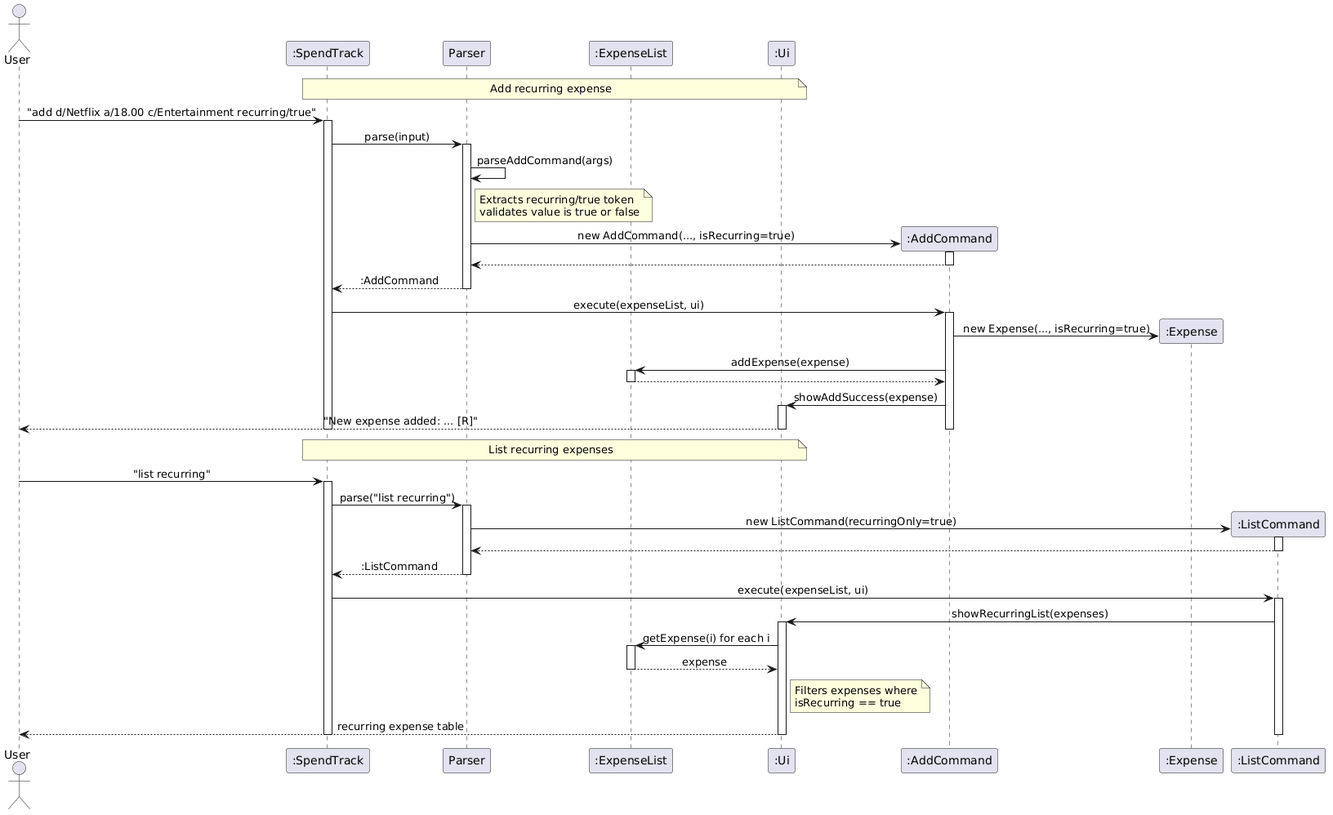
AbhijitBalajee/tp keeps this PlantUML diagram as docs/images/RecurringExpenseSequence.png. Above is the earlier version.
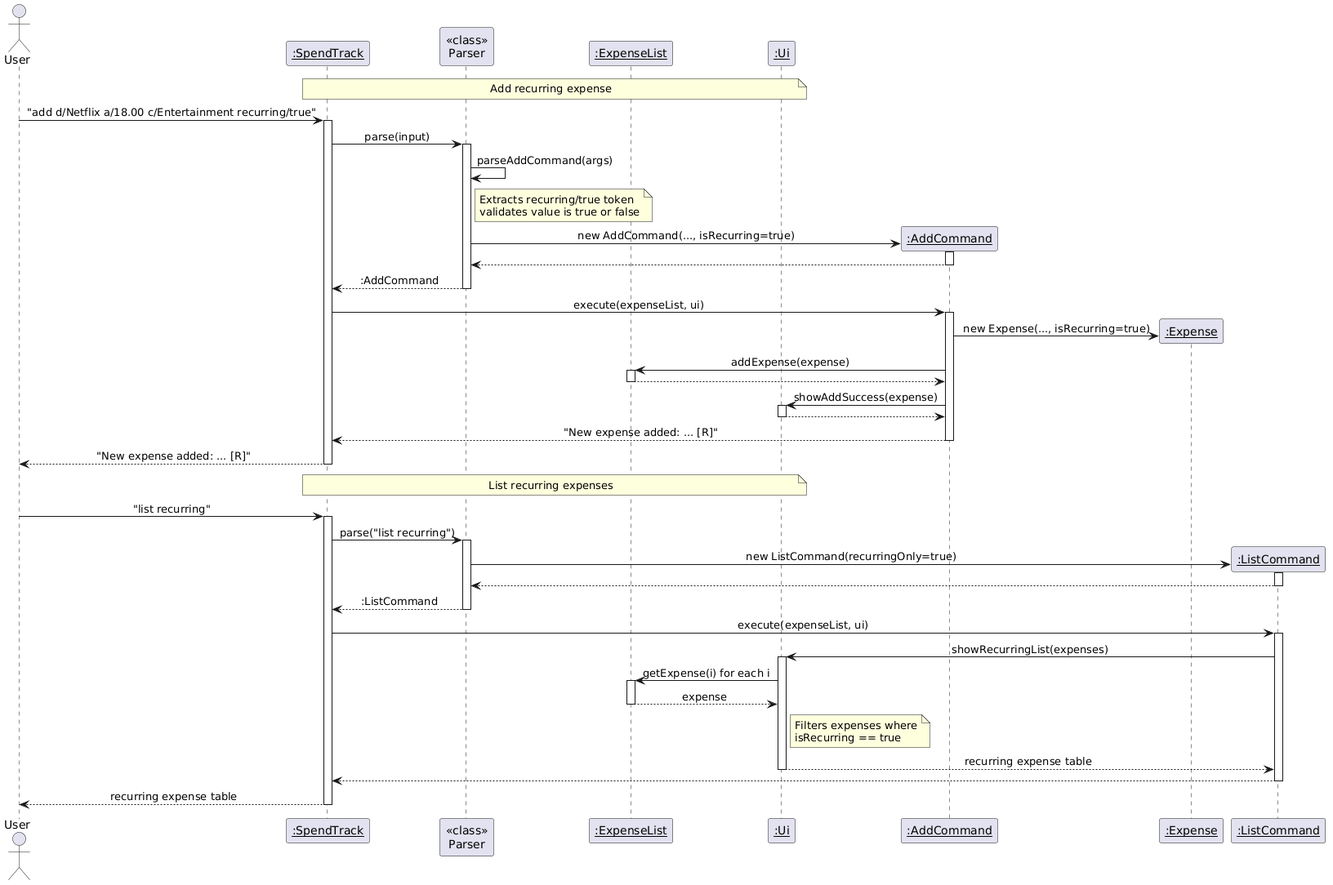
After the commit.

Commit message:
fix: UML diagram notation issues in DG sequence and class diagrams

Diff of the diagram source:
```diff
@@ -4,10 +4,10 @@
 skinparam sequenceMessageAlign center
 
 actor User
-participant ":SpendTrack" as ST
-participant "Parser" as P
-participant ":ExpenseList" as EL
-participant ":Ui" as UI
+participant "<u>:SpendTrack</u>" as ST
+participant "<<class>>\nParser" as P
+participant "<u>:ExpenseList</u>" as EL
+participant "<u>:Ui</u>" as UI
 
 note over ST, UI : Add recurring expense
 
@@ -21,7 +21,7 @@
     validates value is true or false
 end note
 
-create participant ":AddCommand" as AC
+create participant "<u>:AddCommand</u>" as AC
 P -> AC : new AddCommand(..., isRecurring=true)
 activate AC
 AC --> P
@@ -32,16 +32,18 @@
 
 ST -> AC : execute(expenseList, ui)
 activate AC
-AC -> ":Expense" as E ** : new Expense(..., isRecurring=true)
+AC -> "<u>:Expense</u>" as E ** : new Expense(..., isRecurring=true)
 AC -> EL : addExpense(expense)
 activate EL
 EL --> AC
 deactivate EL
 AC -> UI : showAddSuccess(expense)
 activate UI
-UI --> User : "New expense added: ... [R]"
+UI --> AC
 deactivate UI
+AC --> ST : "New expense added: ... [R]"
 deactivate AC
+ST --> User : "New expense added: ... [R]"
 deactivate ST
 
 note over ST, UI : List recurring expenses
@@ -51,7 +53,7 @@
 ST -> P : parse("list recurring")
 activate P
 
-create participant ":ListCommand" as LC
+create participant "<u>:ListCommand</u>" as LC
 P -> LC : new ListCommand(recurringOnly=true)
 activate LC
 LC --> P
@@ -72,8 +74,10 @@
     Filters expenses where
     isRecurring == true
 end note
-UI --> User : recurring expense table
+UI --> LC : recurring expense table
 deactivate UI
+LC --> ST
 deactivate LC
+ST --> User : recurring expense table
 deactivate ST
 @enduml
```
